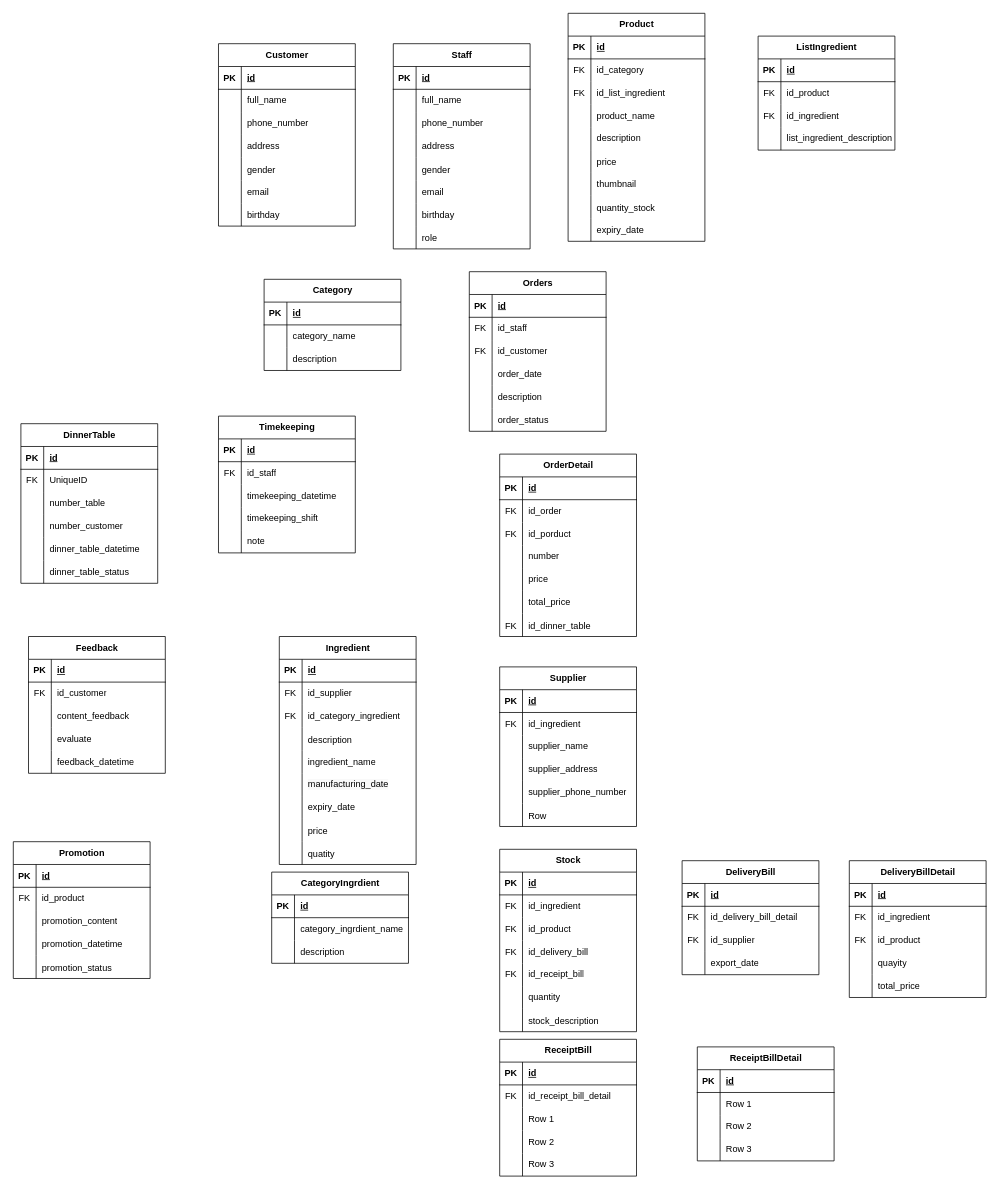
Above: ShopCoffee.drawio in Anhcoder2005/shopcoffee (draw.io), before the change. Source tidied: cells renumbered, new cells numbered last; positions are measured from the earlier drawing's top-left corner, leaving out a move shared by most shapes. Both pictures are drawn from the tidied source at 76%, with x=0, y=0 at pixel (13, 13).
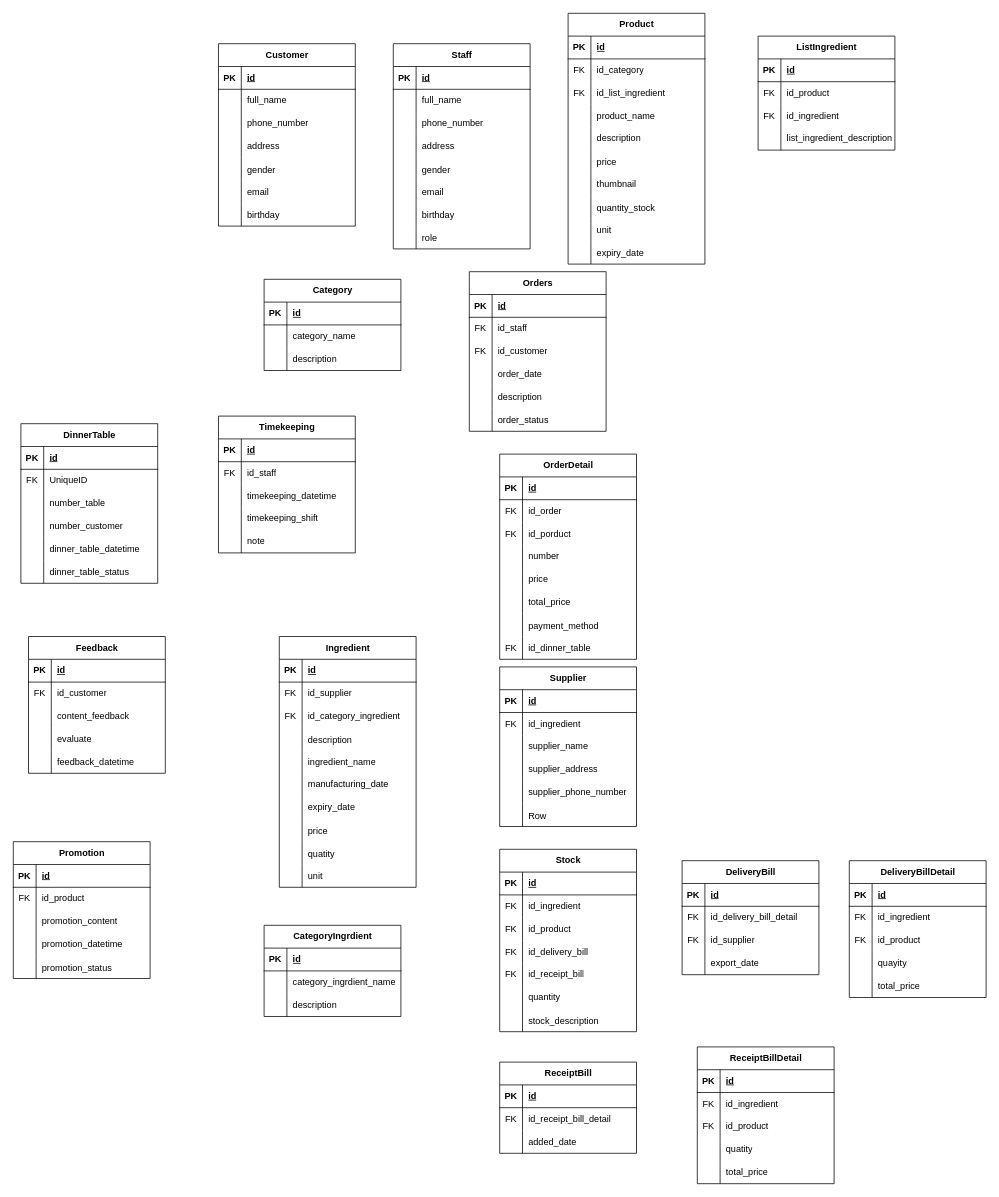
The same diagram, later.

The change refers to these unchanged cells:
```xml
<mxCell id="294" style="shape=tableRow;horizontal=0;startSize=0;swimlaneHead=0;swimlaneBody=0;fillColor=none;top=0;left=0;right=0;bottom=0;" parent="287" vertex="1">
  <mxGeometry y="90" width="180" height="30" as="geometry" />
</mxCell>
```

Change to the diagram source:
```diff
@@
     <mxCell id="49" value="Product" style="shape=table;startSize=30;childLayout=tableLayout;rowLines=0;fontStyle=1;align=center;html=1;" parent="1" vertex="1">
-      <mxGeometry x="730" width="180" height="300" as="geometry" />
+      <mxGeometry x="730" width="180" height="330" as="geometry" />
     </mxCell>
@@
+    <mxCell id="345" style="shape=tableRow;horizontal=0;startSize=0;swimlaneHead=0;swimlaneBody=0;fillColor=none;top=0;left=0;right=0;bottom=0;" parent="49" vertex="1">
+      <mxGeometry y="270" width="180" height="30" as="geometry" />
+    </mxCell>
+    <mxCell id="346" style="shape=partialRectangle;fillColor=none;top=0;left=0;bottom=0;right=0;overflow=hidden;" parent="345" vertex="1">
+      <mxGeometry width="30" height="30" as="geometry" />
+    </mxCell>
+    <mxCell id="347" value="unit" style="shape=partialRectangle;fillColor=none;top=0;left=0;bottom=0;right=0;align=left;spacingLeft=6;overflow=hidden;" parent="345" vertex="1">
+      <mxGeometry x="30" width="150" height="30" as="geometry" />
+    </mxCell>
     <mxCell id="74" style="shape=tableRow;horizontal=0;startSize=0;swimlaneHead=0;swimlaneBody=0;fillColor=none;top=0;left=0;right=0;bottom=0;" parent="49" vertex="1">
-      <mxGeometry y="270" width="180" height="30" as="geometry" />
+      <mxGeometry y="300" width="180" height="30" as="geometry" />
     </mxCell>
@@
     <mxCell id="106" value="OrderDetail" style="shape=table;startSize=30;childLayout=tableLayout;rowLines=0;fontStyle=1;align=center;html=1;" parent="1" vertex="1">
-      <mxGeometry x="640" y="580" width="180" height="240" as="geometry" />
+      <mxGeometry x="640" y="580" width="180" height="270" as="geometry" />
     </mxCell>
@@
+    <mxCell id="348" style="shape=tableRow;horizontal=0;startSize=0;swimlaneHead=0;swimlaneBody=0;fillColor=none;top=0;left=0;right=0;bottom=0;" parent="106" vertex="1">
+      <mxGeometry y="210" width="180" height="30" as="geometry" />
+    </mxCell>
+    <mxCell id="349" style="shape=partialRectangle;fillColor=none;top=0;left=0;bottom=0;right=0;overflow=hidden;" parent="348" vertex="1">
+      <mxGeometry width="30" height="30" as="geometry" />
+    </mxCell>
+    <mxCell id="350" value="payment_method" style="shape=partialRectangle;fillColor=none;top=0;left=0;bottom=0;right=0;align=left;spacingLeft=6;overflow=hidden;" parent="348" vertex="1">
+      <mxGeometry x="30" width="150" height="30" as="geometry" />
+    </mxCell>
     <mxCell id="125" style="shape=tableRow;horizontal=0;startSize=0;swimlaneHead=0;swimlaneBody=0;fillColor=none;top=0;left=0;right=0;bottom=0;" parent="106" vertex="1">
-      <mxGeometry y="210" width="180" height="30" as="geometry" />
+      <mxGeometry y="240" width="180" height="30" as="geometry" />
     </mxCell>
@@
     <mxCell id="147" value="Ingredient" style="shape=table;startSize=30;childLayout=tableLayout;rowLines=0;fontStyle=1;align=center;html=1;" parent="1" vertex="1">
-      <mxGeometry x="350" y="820" width="180" height="300" as="geometry" />
+      <mxGeometry x="350" y="820" width="180" height="330" as="geometry" />
     </mxCell>
@@
+    <mxCell id="351" style="shape=tableRow;horizontal=0;startSize=0;swimlaneHead=0;swimlaneBody=0;fillColor=none;top=0;left=0;right=0;bottom=0;" parent="147" vertex="1">
+      <mxGeometry y="300" width="180" height="30" as="geometry" />
+    </mxCell>
+    <mxCell id="352" style="shape=partialRectangle;fillColor=none;top=0;left=0;bottom=0;right=0;overflow=hidden;" parent="351" vertex="1">
+      <mxGeometry width="30" height="30" as="geometry" />
+    </mxCell>
+    <mxCell id="353" value="unit" style="shape=partialRectangle;fillColor=none;top=0;left=0;bottom=0;right=0;align=left;spacingLeft=6;overflow=hidden;" parent="351" vertex="1">
+      <mxGeometry x="30" width="150" height="30" as="geometry" />
+    </mxCell>
     <mxCell id="175" value="CategoryIngrdient" style="shape=table;startSize=30;childLayout=tableLayout;rowLines=0;fontStyle=1;align=center;html=1;" parent="1" vertex="1">
-      <mxGeometry x="340" y="1130" width="180" height="120" as="geometry" />
+      <mxGeometry x="330" y="1200" width="180" height="120" as="geometry" />
     </mxCell>
@@
     <mxCell id="287" value="ReceiptBill" style="shape=table;startSize=30;childLayout=tableLayout;rowLines=0;fontStyle=1;align=center;html=1;" parent="1" vertex="1">
-      <mxGeometry x="640" y="1350" width="180" height="180" as="geometry" />
+      <mxGeometry x="640" y="1380" width="180" height="120" as="geometry" />
     </mxCell>
@@
-    <mxCell id="296" value="Row 1" style="shape=partialRectangle;fillColor=none;top=0;left=0;bottom=0;right=0;align=left;spacingLeft=6;overflow=hidden;whiteSpace=wrap;html=1;" parent="294" vertex="1">
+    <mxCell id="296" value="added_date" style="shape=partialRectangle;fillColor=none;top=0;left=0;bottom=0;right=0;align=left;spacingLeft=6;overflow=hidden;whiteSpace=wrap;html=1;" parent="294" vertex="1">
       <mxGeometry x="30" width="150" height="30" as="geometry" />
     </mxCell>
-    <mxCell id="297" style="shape=tableRow;horizontal=0;startSize=0;swimlaneHead=0;swimlaneBody=0;fillColor=none;top=0;left=0;right=0;bottom=0;" parent="287" vertex="1">
-      <mxGeometry y="120" width="180" height="30" as="geometry" />
-    </mxCell>
-    <mxCell id="298" style="shape=partialRectangle;fillColor=none;top=0;left=0;bottom=0;right=0;overflow=hidden;whiteSpace=wrap;html=1;" parent="297" vertex="1">
-      <mxGeometry width="30" height="30" as="geometry" />
-    </mxCell>
-    <mxCell id="299" value="Row 2" style="shape=partialRectangle;fillColor=none;top=0;left=0;bottom=0;right=0;align=left;spacingLeft=6;overflow=hidden;whiteSpace=wrap;html=1;" parent="297" vertex="1">
-      <mxGeometry x="30" width="150" height="30" as="geometry" />
-    </mxCell>
-    <mxCell id="300" style="shape=tableRow;horizontal=0;startSize=0;swimlaneHead=0;swimlaneBody=0;fillColor=none;top=0;left=0;right=0;bottom=0;" parent="287" vertex="1">
-      <mxGeometry y="150" width="180" height="30" as="geometry" />
-    </mxCell>
-    <mxCell id="301" style="shape=partialRectangle;fillColor=none;top=0;left=0;bottom=0;right=0;overflow=hidden;whiteSpace=wrap;html=1;" parent="300" vertex="1">
-      <mxGeometry width="30" height="30" as="geometry" />
-    </mxCell>
-    <mxCell id="302" value="Row 3" style="shape=partialRectangle;fillColor=none;top=0;left=0;bottom=0;right=0;align=left;spacingLeft=6;overflow=hidden;whiteSpace=wrap;html=1;" parent="300" vertex="1">
-      <mxGeometry x="30" width="150" height="30" as="geometry" />
-    </mxCell>
@@
     <mxCell id="319" value="ReceiptBillDetail" style="shape=table;startSize=30;childLayout=tableLayout;rowLines=0;fontStyle=1;align=center;html=1;" parent="1" vertex="1">
-      <mxGeometry x="900" y="1360" width="180" height="150" as="geometry" />
+      <mxGeometry x="900" y="1360" width="180" height="180" as="geometry" />
     </mxCell>
@@
+    <mxCell id="354" style="shape=tableRow;horizontal=0;startSize=0;swimlaneHead=0;swimlaneBody=0;fillColor=none;top=0;left=0;right=0;bottom=0;" parent="319" vertex="1">
+      <mxGeometry y="60" width="180" height="30" as="geometry" />
+    </mxCell>
+    <mxCell id="355" value="FK" style="shape=partialRectangle;fillColor=none;top=0;left=0;bottom=0;right=0;fontStyle=0;overflow=hidden;whiteSpace=wrap;html=1;" parent="354" vertex="1">
+      <mxGeometry width="30" height="30" as="geometry" />
+    </mxCell>
+    <mxCell id="356" value="id_ingredient" style="shape=partialRectangle;fillColor=none;top=0;left=0;bottom=0;right=0;align=left;spacingLeft=6;fontStyle=0;overflow=hidden;whiteSpace=wrap;html=1;" parent="354" vertex="1">
+      <mxGeometry x="30" width="150" height="30" as="geometry" />
+    </mxCell>
+    <mxCell id="357" style="shape=tableRow;horizontal=0;startSize=0;swimlaneHead=0;swimlaneBody=0;fillColor=none;top=0;left=0;right=0;bottom=0;" parent="319" vertex="1">
+      <mxGeometry y="90" width="180" height="30" as="geometry" />
+    </mxCell>
+    <mxCell id="358" value="FK" style="shape=partialRectangle;fillColor=none;top=0;left=0;bottom=0;right=0;fontStyle=0;overflow=hidden;whiteSpace=wrap;html=1;" parent="357" vertex="1">
+      <mxGeometry width="30" height="30" as="geometry" />
+    </mxCell>
+    <mxCell id="359" value="id_product" style="shape=partialRectangle;fillColor=none;top=0;left=0;bottom=0;right=0;align=left;spacingLeft=6;fontStyle=0;overflow=hidden;whiteSpace=wrap;html=1;" parent="357" vertex="1">
+      <mxGeometry x="30" width="150" height="30" as="geometry" />
+    </mxCell>
     <mxCell id="323" style="shape=tableRow;horizontal=0;startSize=0;swimlaneHead=0;swimlaneBody=0;fillColor=none;top=0;left=0;right=0;bottom=0;" parent="319" vertex="1">
-      <mxGeometry y="60" width="180" height="30" as="geometry" />
+      <mxGeometry y="120" width="180" height="30" as="geometry" />
     </mxCell>
@@
-    <mxCell id="325" value="Row 1" style="shape=partialRectangle;fillColor=none;top=0;left=0;bottom=0;right=0;align=left;spacingLeft=6;overflow=hidden;whiteSpace=wrap;html=1;" parent="323" vertex="1">
+    <mxCell id="325" value="quatity" style="shape=partialRectangle;fillColor=none;top=0;left=0;bottom=0;right=0;align=left;spacingLeft=6;overflow=hidden;whiteSpace=wrap;html=1;" parent="323" vertex="1">
       <mxGeometry x="30" width="150" height="30" as="geometry" />
     </mxCell>
     <mxCell id="326" style="shape=tableRow;horizontal=0;startSize=0;swimlaneHead=0;swimlaneBody=0;fillColor=none;top=0;left=0;right=0;bottom=0;" parent="319" vertex="1">
-      <mxGeometry y="90" width="180" height="30" as="geometry" />
+      <mxGeometry y="150" width="180" height="30" as="geometry" />
     </mxCell>
@@
-    <mxCell id="328" value="Row 2" style="shape=partialRectangle;fillColor=none;top=0;left=0;bottom=0;right=0;align=left;spacingLeft=6;overflow=hidden;whiteSpace=wrap;html=1;" parent="326" vertex="1">
+    <mxCell id="328" value="total_price" style="shape=partialRectangle;fillColor=none;top=0;left=0;bottom=0;right=0;align=left;spacingLeft=6;overflow=hidden;whiteSpace=wrap;html=1;" parent="326" vertex="1">
       <mxGeometry x="30" width="150" height="30" as="geometry" />
     </mxCell>
-    <mxCell id="329" style="shape=tableRow;horizontal=0;startSize=0;swimlaneHead=0;swimlaneBody=0;fillColor=none;top=0;left=0;right=0;bottom=0;" parent="319" vertex="1">
-      <mxGeometry y="120" width="180" height="30" as="geometry" />
-    </mxCell>
-    <mxCell id="330" style="shape=partialRectangle;fillColor=none;top=0;left=0;bottom=0;right=0;overflow=hidden;whiteSpace=wrap;html=1;" parent="329" vertex="1">
-      <mxGeometry width="30" height="30" as="geometry" />
-    </mxCell>
-    <mxCell id="331" value="Row 3" style="shape=partialRectangle;fillColor=none;top=0;left=0;bottom=0;right=0;align=left;spacingLeft=6;overflow=hidden;whiteSpace=wrap;html=1;" parent="329" vertex="1">
-      <mxGeometry x="30" width="150" height="30" as="geometry" />
-    </mxCell>
```
